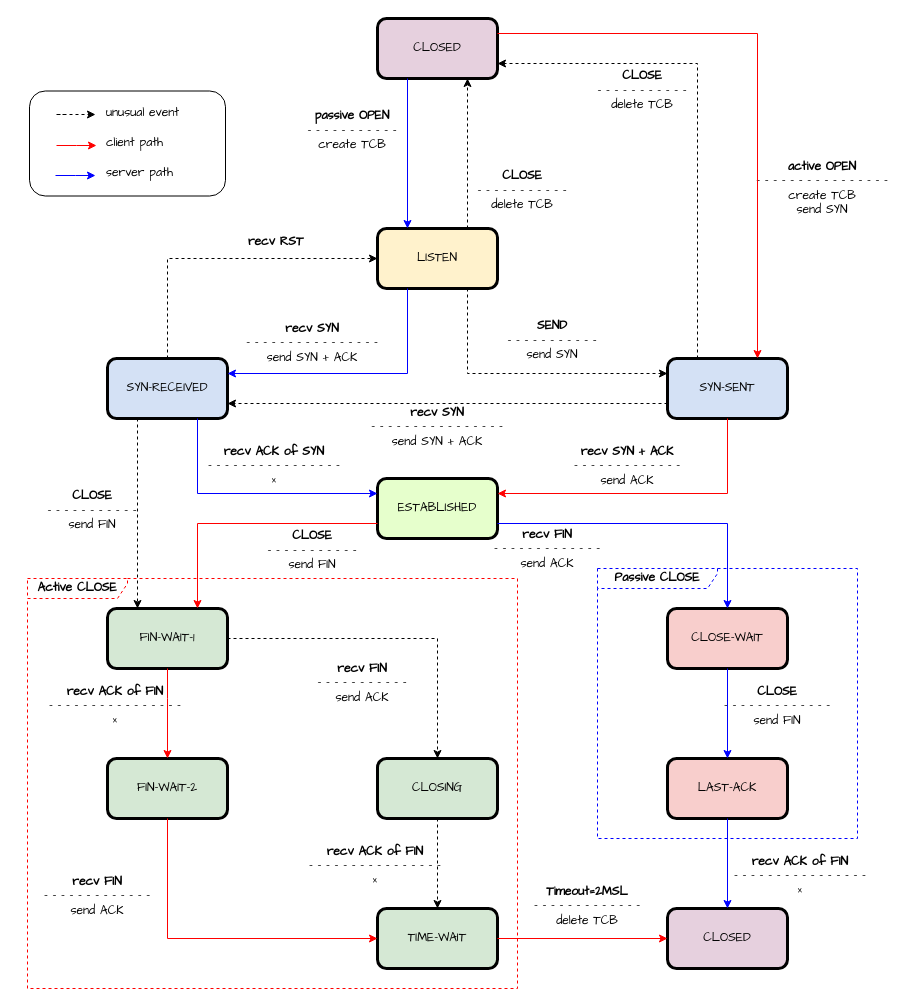
The draw.io diagram tcp/tcp_connection_state_diagram.drawio in ShenChen1/how-to-reload-malloc-free, before the edit. Source tidied: cells renumbered, new cells numbered last; positions are measured from the earlier drawing's top-left corner, leaving out a move shared by most shapes. Both pictures are drawn from the tidied source at 100%, with x=0, y=0 at pixel (17, 18).
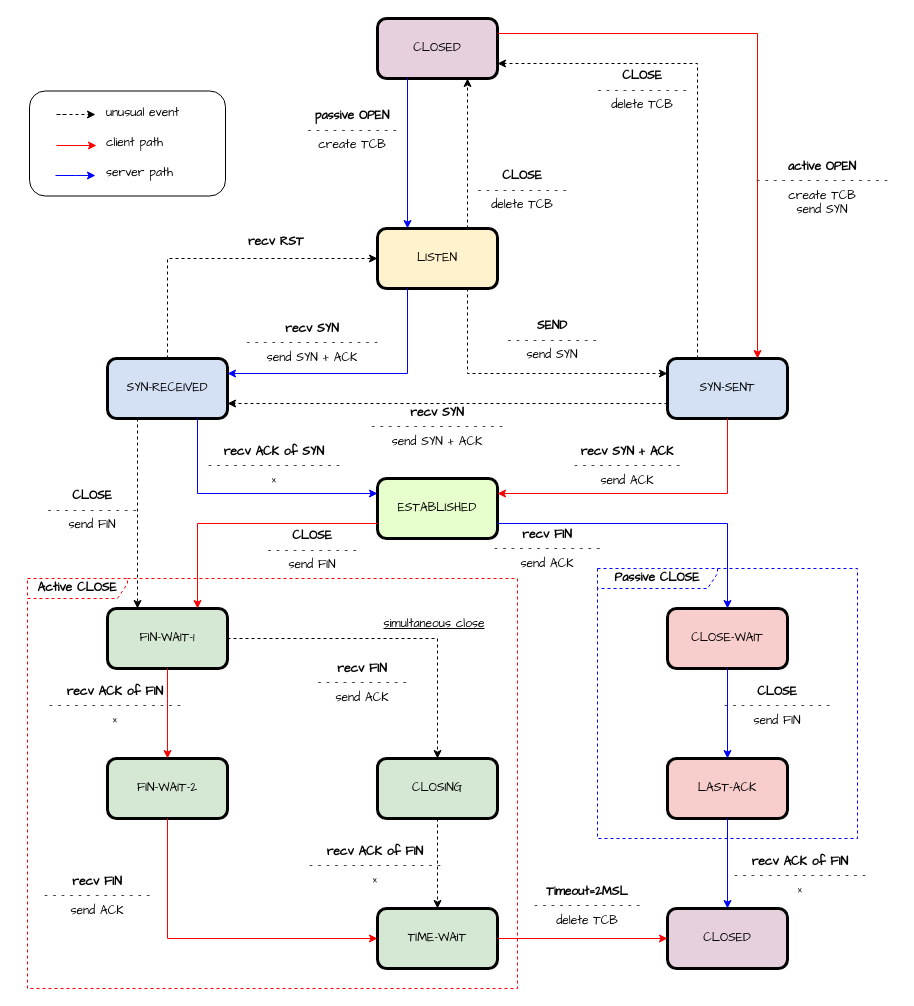
Above is the later version.

Diff of the diagram source:
```diff
@@
+    <mxCell id="64" value="&lt;u&gt;&lt;font face=&quot;Comic Sans MS&quot;&gt;simultaneous close&lt;/font&gt;&lt;/u&gt;" style="text;html=1;strokeColor=none;fillColor=none;align=center;verticalAlign=middle;whiteSpace=wrap;rounded=0;" parent="1" vertex="1">
+      <mxGeometry x="354" y="590" width="126" height="30" as="geometry" />
+    </mxCell>
```
